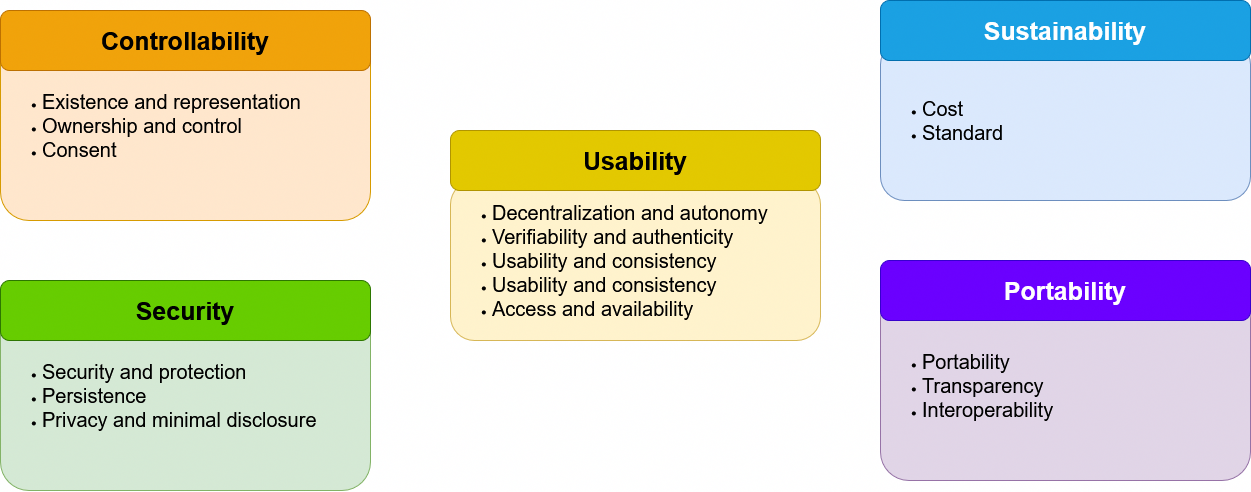
Earlier version of the draw.io export definition/images/final_list_properties/Final_list_properties.png (cristianlepore/Self-Sovereign-Identity). Source tidied: cells renumbered, new cells last; positions are measured from the earlier drawing's top-left corner, leaving out a move shared by most shapes.
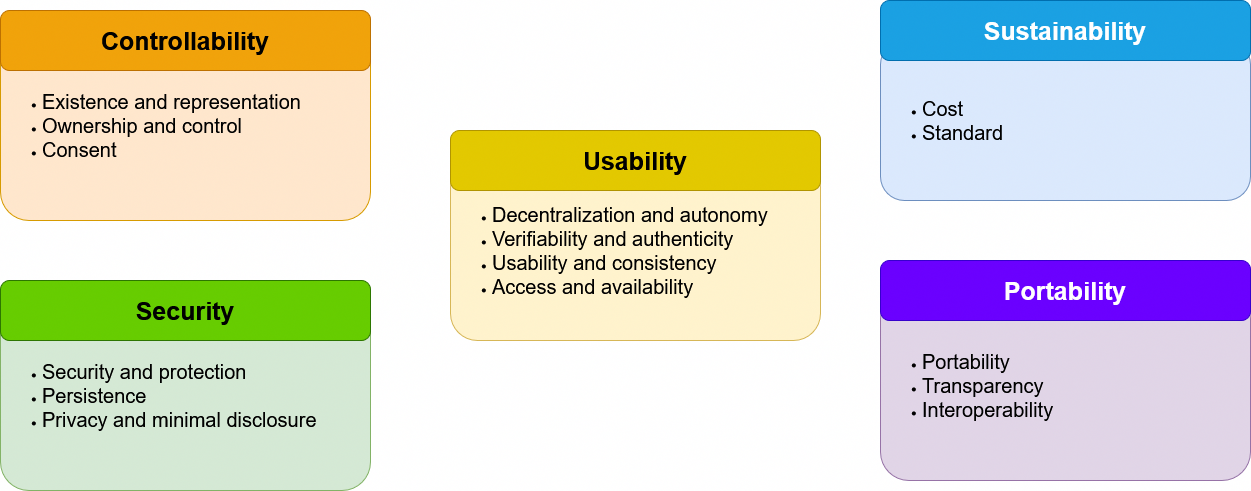
Later version of the same file.

What changed in the source:
```diff
@@ -8,9 +8,9 @@
     <mxCell id="3" value="&lt;div align=&quot;left&quot;&gt;&lt;ul&gt;&lt;li&gt;&lt;font style=&quot;font-size: 20px;&quot;&gt;Security and protection&lt;/font&gt;&lt;/li&gt;&lt;li&gt;&lt;font style=&quot;font-size: 20px;&quot;&gt;Persistence&lt;/font&gt;&lt;/li&gt;&lt;li&gt;&lt;font style=&quot;font-size: 20px;&quot;&gt;Privacy and minimal disclosure&lt;/font&gt;&lt;/li&gt;&lt;/ul&gt;&lt;/div&gt;" style="rounded=1;whiteSpace=wrap;html=1;align=left;fillColor=#d5e8d4;strokeColor=#82b366;" parent="1" vertex="1">
       <mxGeometry y="300" width="370" height="190" as="geometry" />
     </mxCell>
-    <mxCell id="4" value="&lt;div align=&quot;left&quot;&gt;&lt;ul&gt;&lt;li&gt;&lt;font style=&quot;font-size: 20px;&quot;&gt;Decentralization and autonomy&lt;/font&gt;&lt;/li&gt;&lt;li&gt;&lt;font style=&quot;font-size: 20px;&quot;&gt;Verifiability and authenticity&lt;/font&gt;&lt;/li&gt;&lt;li&gt;&lt;font style=&quot;font-size: 20px;&quot;&gt;Usability and consistency&lt;/font&gt;&lt;/li&gt;&lt;li&gt;&lt;font style=&quot;font-size: 20px;&quot;&gt;Usability and consistency&lt;/font&gt;&lt;/li&gt;&lt;li&gt;&lt;font style=&quot;font-size: 20px;&quot;&gt;Access and availability&lt;/font&gt;&lt;/li&gt;&lt;/ul&gt;&lt;/div&gt;" style="rounded=1;whiteSpace=wrap;html=1;align=left;fillColor=#fff2cc;strokeColor=#d6b656;" parent="1" vertex="1">
-      <mxGeometry x="450" y="180" width="370" height="160" as="geometry" />
-    </mxCell>
+    <mxCell id="12" value="&lt;div align=&quot;left&quot;&gt;&lt;ul&gt;&lt;li&gt;&lt;font style=&quot;font-size: 20px;&quot;&gt;Decentralization and autonomy&lt;/font&gt;&lt;/li&gt;&lt;li&gt;&lt;font style=&quot;font-size: 20px;&quot;&gt;Verifiability and authenticity&lt;/font&gt;&lt;/li&gt;&lt;li&gt;&lt;font style=&quot;font-size: 20px;&quot;&gt;Usability and consistency&lt;/font&gt;&lt;/li&gt;&lt;li&gt;&lt;font style=&quot;font-size: 20px;&quot;&gt;Access and availability&lt;/font&gt;&lt;/li&gt;&lt;/ul&gt;&lt;/div&gt;" style="rounded=1;whiteSpace=wrap;html=1;align=left;fillColor=#fff2cc;strokeColor=#d6b656;" parent="1" vertex="1">
+      <mxGeometry x="450" y="160" width="370" height="180" as="geometry" />
+    </mxCell>
     <mxCell id="5" value="&lt;b&gt;&lt;font style=&quot;font-size: 25px;&quot;&gt;Controllability&lt;/font&gt;&lt;/b&gt;" style="rounded=1;whiteSpace=wrap;html=1;fillColor=#f0a30a;fontColor=#000000;strokeColor=#BD7000;" parent="1" vertex="1">
       <mxGeometry y="10" width="370" height="60" as="geometry" />
     </mxCell>
```
